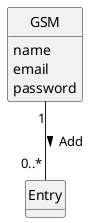
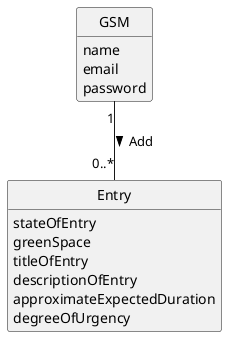
@startuml
skinparam monochrome true
skinparam packageStyle rectangle
skinparam shadowing false

'left to right direction

skinparam classAttributeIconSize 0

hide circle
hide methods

'title Domain Model

class GSM {
name
email
password
}

class Entry {
- 
+ stateOfEntry
+ greenSpace
+ titleOfEntry
+ descriptionOfEntry
+ approximateExpectedDuration
+ degreeOfUrgency
}


GSM "1" -- "0..*" Entry : Add >
@enduml